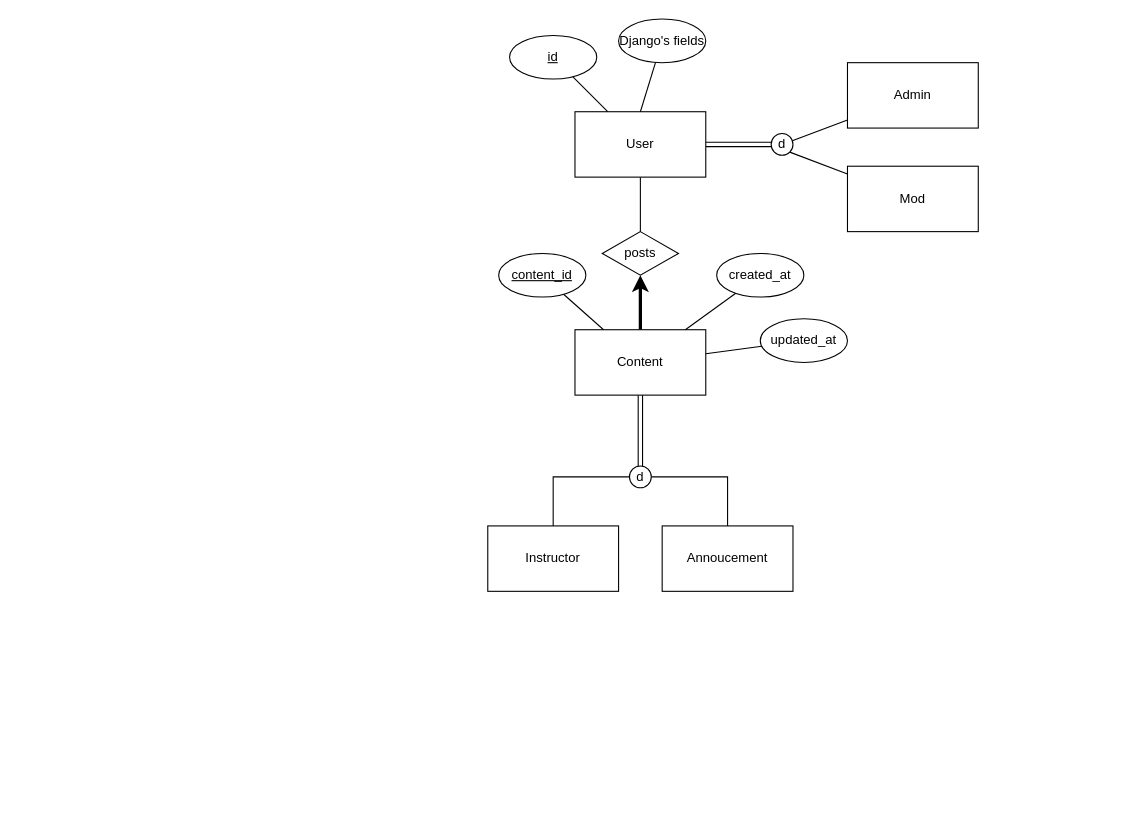
Before: publics/EER.drawio in Pikalot/dojo-page, a draw.io diagram. Source tidied: cells renumbered, new cells numbered last; positions are measured from the earlier drawing's top-left corner, leaving out a move shared by most shapes. Both pictures are drawn from the tidied source at 109%, with x=0, y=0 at pixel (487, 19).
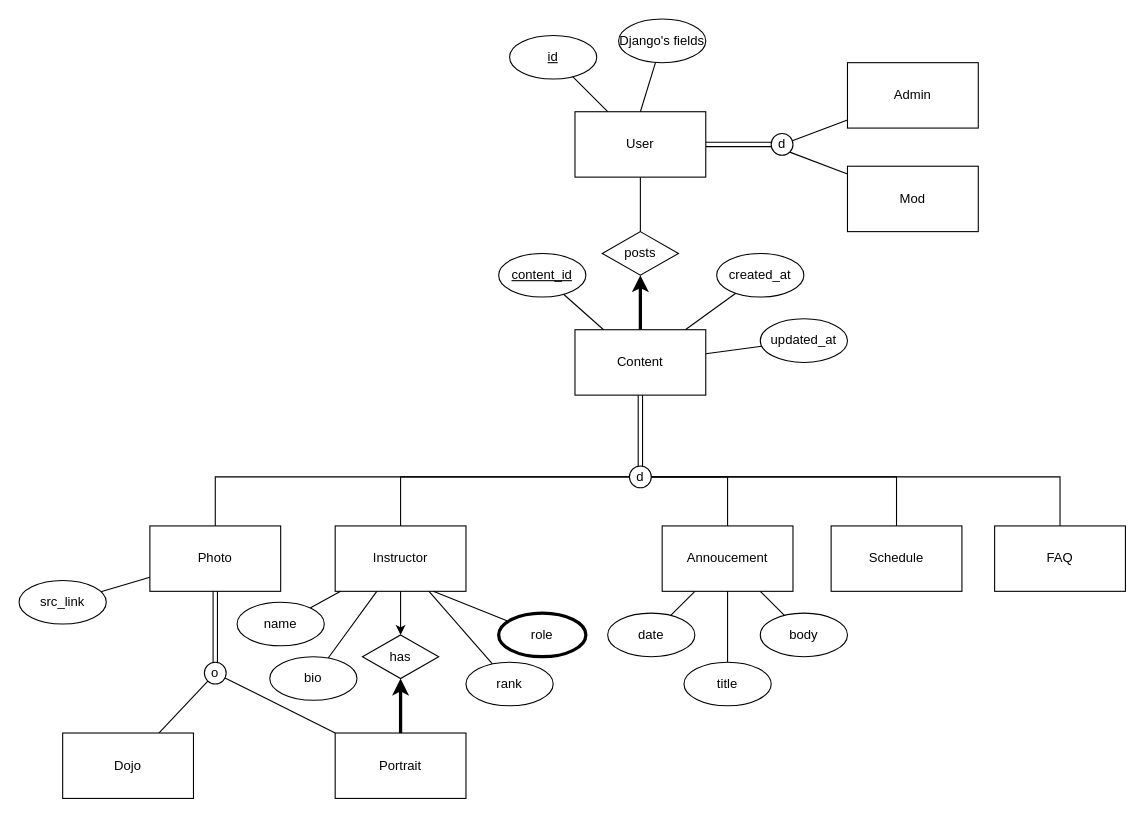
Above is the later version.

Commit message:
EER drafting

Unchanged cells that the change refers to:
```xml
<mxCell id="21" value="d" style="ellipse;whiteSpace=wrap;html=1;shapeInside=1;" parent="1" vertex="1">
  <mxGeometry x="130" y="410" width="20" height="20" as="geometry" />
</mxCell>
<mxCell id="22" value="Annoucement" style="rounded=0;whiteSpace=wrap;html=1;" parent="1" vertex="1">
  <mxGeometry x="160" y="465" width="120" height="60" as="geometry" />
</mxCell>
```

Diff of the diagram source:
```diff
@@
     <mxCell id="24" value="Instructor" style="rounded=0;whiteSpace=wrap;html=1;" parent="1" vertex="1">
-      <mxGeometry y="465" width="120" height="60" as="geometry" />
+      <mxGeometry x="-140" y="465" width="120" height="60" as="geometry" />
     </mxCell>
@@
+    <mxCell id="29" style="edgeStyle=orthogonalEdgeStyle;html=1;endArrow=none;endFill=0;rounded=0;" parent="1" edge="1" source="21" target="30">
+      <mxGeometry relative="1" as="geometry" />
+    </mxCell>
+    <mxCell id="30" value="Schedule" style="rounded=0;whiteSpace=wrap;html=1;" parent="1" vertex="1">
+      <mxGeometry x="315" y="465" width="120" height="60" as="geometry" />
+    </mxCell>
+    <mxCell id="31" style="edgeStyle=orthogonalEdgeStyle;html=1;endArrow=none;endFill=0;rounded=0;curved=0;" parent="1" edge="1" source="21" target="32">
+      <mxGeometry relative="1" as="geometry" />
+    </mxCell>
+    <mxCell id="32" value="Photo" style="rounded=0;whiteSpace=wrap;html=1;" parent="1" vertex="1">
+      <mxGeometry x="-310" y="465" width="120" height="60" as="geometry" />
+    </mxCell>
+    <mxCell id="33" style="edgeStyle=orthogonalEdgeStyle;html=1;endArrow=none;endFill=0;rounded=0;" parent="1" edge="1" source="21" target="34">
+      <mxGeometry relative="1" as="geometry" />
+    </mxCell>
+    <mxCell id="34" value="FAQ" style="rounded=0;whiteSpace=wrap;html=1;" parent="1" vertex="1">
+      <mxGeometry x="465" y="465" width="120" height="60" as="geometry" />
+    </mxCell>
+    <mxCell id="35" style="edgeStyle=none;html=1;shape=link;endArrow=none;endFill=0;startArrow=none;startFill=0;" parent="1" edge="1" source="32" target="36">
+      <mxGeometry relative="1" as="geometry" />
+    </mxCell>
+    <mxCell id="36" value="o" style="ellipse;whiteSpace=wrap;html=1;shapeInside=1;" parent="1" vertex="1">
+      <mxGeometry x="-260" y="590" width="20" height="20" as="geometry" />
+    </mxCell>
+    <mxCell id="37" style="html=1;endArrow=none;endFill=0;rounded=0;curved=0;" parent="1" edge="1" source="36" target="38">
+      <mxGeometry relative="1" as="geometry" />
+    </mxCell>
+    <mxCell id="38" value="Portrait" style="rounded=0;whiteSpace=wrap;html=1;" parent="1" vertex="1">
+      <mxGeometry x="-140" y="655" width="120" height="60" as="geometry" />
+    </mxCell>
+    <mxCell id="39" style="html=1;endArrow=none;endFill=0;rounded=0;curved=0;" parent="1" edge="1" source="36" target="40">
+      <mxGeometry relative="1" as="geometry" />
+    </mxCell>
+    <mxCell id="40" value="Dojo" style="rounded=0;whiteSpace=wrap;html=1;" parent="1" vertex="1">
+      <mxGeometry x="-390" y="655" width="120" height="60" as="geometry" />
+    </mxCell>
+    <mxCell id="41" style="edgeStyle=none;html=1;endArrow=none;endFill=0;" parent="1" edge="1" source="42" target="32">
+      <mxGeometry relative="1" as="geometry" />
+    </mxCell>
+    <mxCell id="42" value="src_link" style="ellipse;whiteSpace=wrap;html=1;shapeInside=1;" parent="1" vertex="1">
+      <mxGeometry x="-430" y="515" width="80" height="40" as="geometry" />
+    </mxCell>
+    <mxCell id="43" style="edgeStyle=none;html=1;endArrow=classic;endFill=1;" parent="1" edge="1" source="24" target="44">
+      <mxGeometry relative="1" as="geometry" />
+    </mxCell>
+    <mxCell id="44" value="has" style="rhombus;whiteSpace=wrap;html=1;shapeInside=1;" parent="1" vertex="1">
+      <mxGeometry x="-115" y="565" width="70" height="40" as="geometry" />
+    </mxCell>
+    <mxCell id="45" style="edgeStyle=none;html=1;startSize=1;strokeWidth=3;" parent="1" edge="1" source="38" target="44">
+      <mxGeometry relative="1" as="geometry" />
+    </mxCell>
+    <mxCell id="46" style="edgeStyle=none;html=1;endArrow=none;endFill=0;" parent="1" edge="1" source="47" target="24">
+      <mxGeometry relative="1" as="geometry" />
+    </mxCell>
+    <mxCell id="47" value="rank" style="ellipse;whiteSpace=wrap;html=1;shapeInside=1;" parent="1" vertex="1">
+      <mxGeometry x="-20" y="590" width="80" height="40" as="geometry" />
+    </mxCell>
+    <mxCell id="48" style="edgeStyle=none;html=1;endArrow=none;endFill=0;entryX=0.75;entryY=1;entryDx=0;entryDy=0;" parent="1" edge="1" source="49" target="24">
+      <mxGeometry relative="1" as="geometry" />
+    </mxCell>
+    <mxCell id="49" value="role" style="ellipse;whiteSpace=wrap;html=1;shapeInside=1;strokeWidth=3;" parent="1" vertex="1">
+      <mxGeometry x="10" y="545" width="80" height="40" as="geometry" />
+    </mxCell>
+    <mxCell id="50" style="edgeStyle=none;html=1;endArrow=none;endFill=0;" parent="1" edge="1" source="51" target="24">
+      <mxGeometry relative="1" as="geometry" />
+    </mxCell>
+    <mxCell id="51" value="name" style="ellipse;whiteSpace=wrap;html=1;shapeInside=1;" parent="1" vertex="1">
+      <mxGeometry x="-230" y="535" width="80" height="40" as="geometry" />
+    </mxCell>
+    <mxCell id="52" style="edgeStyle=none;html=1;endArrow=none;endFill=0;" parent="1" edge="1" source="53" target="24">
+      <mxGeometry relative="1" as="geometry" />
+    </mxCell>
+    <mxCell id="53" value="bio" style="ellipse;whiteSpace=wrap;html=1;shapeInside=1;" parent="1" vertex="1">
+      <mxGeometry x="-200" y="585" width="80" height="40" as="geometry" />
+    </mxCell>
+    <mxCell id="54" style="edgeStyle=none;html=1;endArrow=none;endFill=0;" parent="1" edge="1" source="55" target="22">
+      <mxGeometry relative="1" as="geometry" />
+    </mxCell>
+    <mxCell id="55" value="date" style="ellipse;whiteSpace=wrap;html=1;shapeInside=1;" parent="1" vertex="1">
+      <mxGeometry x="110" y="545" width="80" height="40" as="geometry" />
+    </mxCell>
+    <mxCell id="56" style="edgeStyle=none;html=1;endArrow=none;endFill=0;" parent="1" edge="1" source="57" target="22">
+      <mxGeometry relative="1" as="geometry" />
+    </mxCell>
+    <mxCell id="57" value="title" style="ellipse;whiteSpace=wrap;html=1;shapeInside=1;" parent="1" vertex="1">
+      <mxGeometry x="180" y="590" width="80" height="40" as="geometry" />
+    </mxCell>
+    <mxCell id="58" style="edgeStyle=none;html=1;endArrow=none;endFill=0;" parent="1" edge="1" source="59" target="22">
+      <mxGeometry relative="1" as="geometry" />
+    </mxCell>
+    <mxCell id="59" value="body" style="ellipse;whiteSpace=wrap;html=1;shapeInside=1;" parent="1" vertex="1">
+      <mxGeometry x="250" y="545" width="80" height="40" as="geometry" />
+    </mxCell>
```
